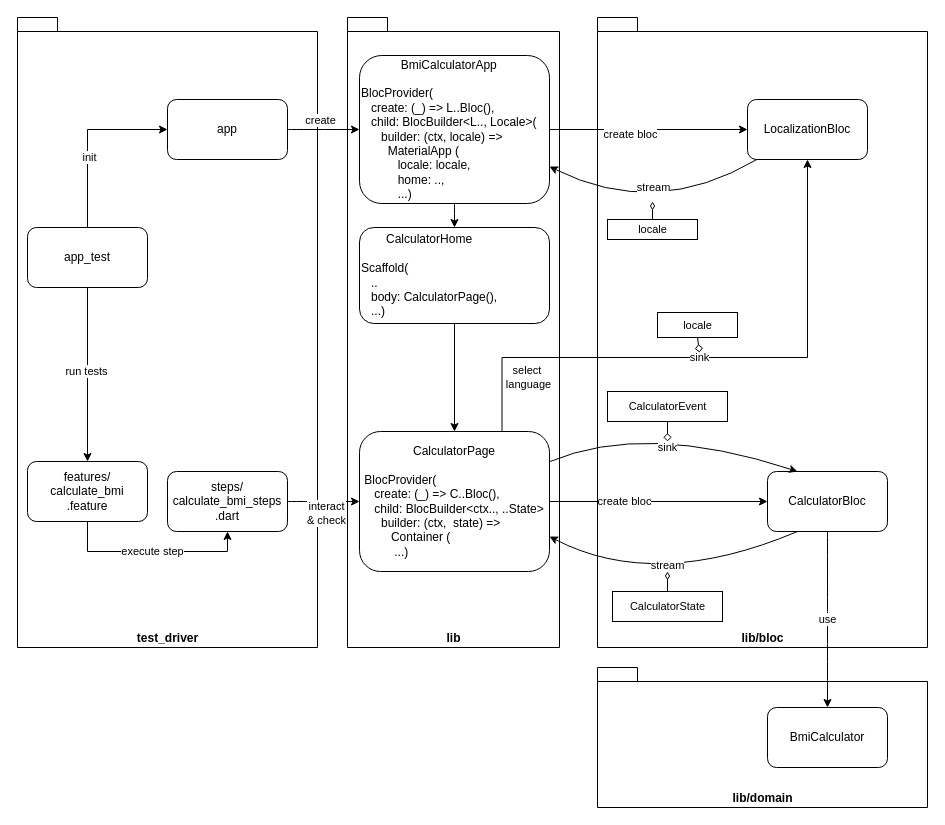
nikkijuk/bmi-calculator-app keeps this draw.io diagram as diagrams/calculator-app-gherkin-test.drawio. Above is the earlier version. Source tidied: cells renumbered, new cells numbered last; positions are measured from the earlier drawing's top-left corner, leaving out a move shared by most shapes. Both pictures are drawn from the tidied source at 100%, with x=0, y=0 at pixel (17, 17).
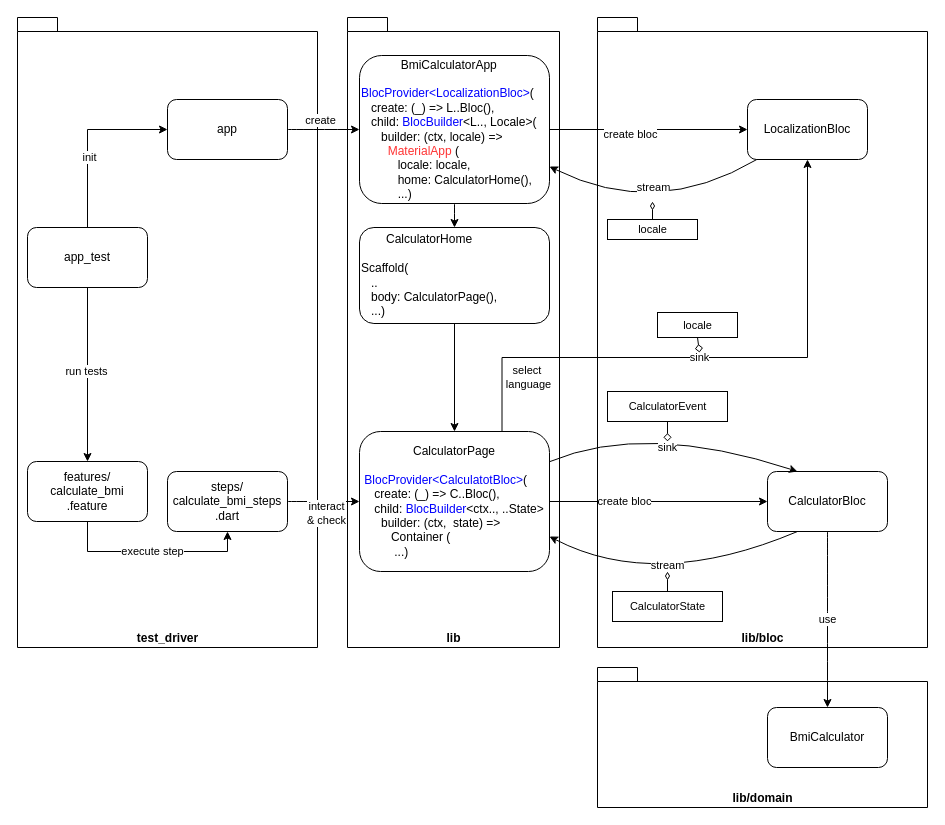
After the change.

Commit message (it also covers changes not shown here):
diagram has now some color

The edit, as a diff of the source:
```diff
@@
-    <mxCell id="8" value="&lt;div&gt;&lt;span&gt;CalculatorPage&lt;/span&gt;&lt;/div&gt;&lt;div style=&quot;text-align: left&quot;&gt;&lt;br&gt;&lt;/div&gt;&lt;div style=&quot;text-align: left&quot;&gt;BlocProvider(&lt;/div&gt;&lt;div style=&quot;text-align: left&quot;&gt;&amp;nbsp; &amp;nbsp;create: (_) =&amp;gt; C..Bloc(),&lt;br&gt;&lt;/div&gt;&lt;div style=&quot;text-align: left&quot;&gt;&lt;span&gt;&amp;nbsp; &amp;nbsp;child:&amp;nbsp;&lt;/span&gt;BlocBuilder&amp;lt;ctx.., ..State&amp;gt;&lt;/div&gt;&lt;div style=&quot;text-align: left&quot;&gt;&amp;nbsp; &amp;nbsp; &amp;nbsp;builder: (ctx,&amp;nbsp; state) =&amp;gt;&lt;/div&gt;&lt;div style=&quot;text-align: left&quot;&gt;&amp;nbsp; &amp;nbsp; &amp;nbsp; &amp;nbsp; Container (&lt;/div&gt;&lt;div style=&quot;text-align: left&quot;&gt;&lt;span&gt;&amp;nbsp; &amp;nbsp; &amp;nbsp; &amp;nbsp; &amp;nbsp;...)&lt;/span&gt;&lt;br&gt;&lt;/div&gt;" style="rounded=1;whiteSpace=wrap;html=1;" parent="1" vertex="1">
+    <mxCell id="8" value="&lt;div&gt;&lt;span&gt;CalculatorPage&lt;/span&gt;&lt;/div&gt;&lt;div style=&quot;text-align: left&quot;&gt;&lt;br&gt;&lt;/div&gt;&lt;div style=&quot;text-align: left&quot;&gt;&lt;font color=&quot;#0000ff&quot;&gt;BlocProvider&amp;lt;CalculatotBloc&amp;gt;&lt;/font&gt;(&lt;/div&gt;&lt;div style=&quot;text-align: left&quot;&gt;&amp;nbsp; &amp;nbsp;create: (_) =&amp;gt; C..Bloc(),&lt;br&gt;&lt;/div&gt;&lt;div style=&quot;text-align: left&quot;&gt;&lt;span&gt;&amp;nbsp; &amp;nbsp;child:&amp;nbsp;&lt;/span&gt;&lt;font color=&quot;#0000ff&quot;&gt;BlocBuilder&lt;/font&gt;&amp;lt;ctx.., ..State&amp;gt;&lt;/div&gt;&lt;div style=&quot;text-align: left&quot;&gt;&amp;nbsp; &amp;nbsp; &amp;nbsp;builder: (ctx,&amp;nbsp; state) =&amp;gt;&lt;/div&gt;&lt;div style=&quot;text-align: left&quot;&gt;&amp;nbsp; &amp;nbsp; &amp;nbsp; &amp;nbsp; Container (&lt;/div&gt;&lt;div style=&quot;text-align: left&quot;&gt;&lt;span&gt;&amp;nbsp; &amp;nbsp; &amp;nbsp; &amp;nbsp; &amp;nbsp;...)&lt;/span&gt;&lt;br&gt;&lt;/div&gt;" style="rounded=1;whiteSpace=wrap;html=1;" parent="1" vertex="1">
       <mxGeometry x="342" y="414" width="190" height="140" as="geometry" />
     </mxCell>
@@
-    <mxCell id="26" value="&lt;div style=&quot;text-align: center&quot;&gt;BmiCalculatorApp&lt;/div&gt;&lt;div&gt;&lt;br&gt;BlocProvider(&lt;/div&gt;&lt;div&gt;&amp;nbsp; &amp;nbsp;create: (_) =&amp;gt; L..Bloc(),&lt;br&gt;&amp;nbsp; &amp;nbsp;child:&amp;nbsp;&lt;span&gt;BlocBuilder&amp;lt;L.., Locale&amp;gt;(&lt;/span&gt;&lt;/div&gt;&lt;div&gt;&amp;nbsp; &amp;nbsp; &amp;nbsp; builder: (ctx, locale) =&amp;gt;&lt;/div&gt;&lt;div&gt;&amp;nbsp; &amp;nbsp; &amp;nbsp; &amp;nbsp; MaterialApp (&lt;/div&gt;&lt;div&gt;&amp;nbsp; &amp;nbsp; &amp;nbsp; &amp;nbsp; &amp;nbsp; &amp;nbsp;locale: locale,&lt;/div&gt;&lt;div&gt;&amp;nbsp; &amp;nbsp; &amp;nbsp; &amp;nbsp; &amp;nbsp; &amp;nbsp;home: ..,&lt;/div&gt;&lt;div&gt;&amp;nbsp; &amp;nbsp; &amp;nbsp; &amp;nbsp; &amp;nbsp; &amp;nbsp;...)&lt;/div&gt;" style="rounded=1;whiteSpace=wrap;html=1;align=left;" parent="1" vertex="1">
+    <mxCell id="26" value="&lt;div style=&quot;text-align: center&quot;&gt;BmiCalculatorApp&lt;/div&gt;&lt;div&gt;&lt;br&gt;&lt;font color=&quot;#0000ff&quot;&gt;BlocProvider&amp;lt;LocalizationBloc&amp;gt;&lt;/font&gt;(&lt;/div&gt;&lt;div&gt;&amp;nbsp; &amp;nbsp;create: (_) =&amp;gt; L..Bloc(),&lt;br&gt;&amp;nbsp; &amp;nbsp;child:&amp;nbsp;&lt;font color=&quot;#0000ff&quot;&gt;BlocBuilder&lt;/font&gt;&amp;lt;L.., Locale&amp;gt;(&lt;/div&gt;&lt;div&gt;&amp;nbsp; &amp;nbsp; &amp;nbsp; builder: (ctx, locale) =&amp;gt;&lt;/div&gt;&lt;div&gt;&amp;nbsp; &amp;nbsp; &amp;nbsp; &amp;nbsp; &lt;font color=&quot;#ff3333&quot;&gt;MaterialApp&lt;/font&gt; (&lt;/div&gt;&lt;div&gt;&amp;nbsp; &amp;nbsp; &amp;nbsp; &amp;nbsp; &amp;nbsp; &amp;nbsp;locale: locale,&lt;/div&gt;&lt;div&gt;&amp;nbsp; &amp;nbsp; &amp;nbsp; &amp;nbsp; &amp;nbsp; &amp;nbsp;home: CalculatorHome(),&lt;/div&gt;&lt;div&gt;&amp;nbsp; &amp;nbsp; &amp;nbsp; &amp;nbsp; &amp;nbsp; &amp;nbsp;...)&lt;/div&gt;" style="rounded=1;whiteSpace=wrap;html=1;align=left;" parent="1" vertex="1">
       <mxGeometry x="342" y="38" width="190" height="148" as="geometry" />
     </mxCell>
```
